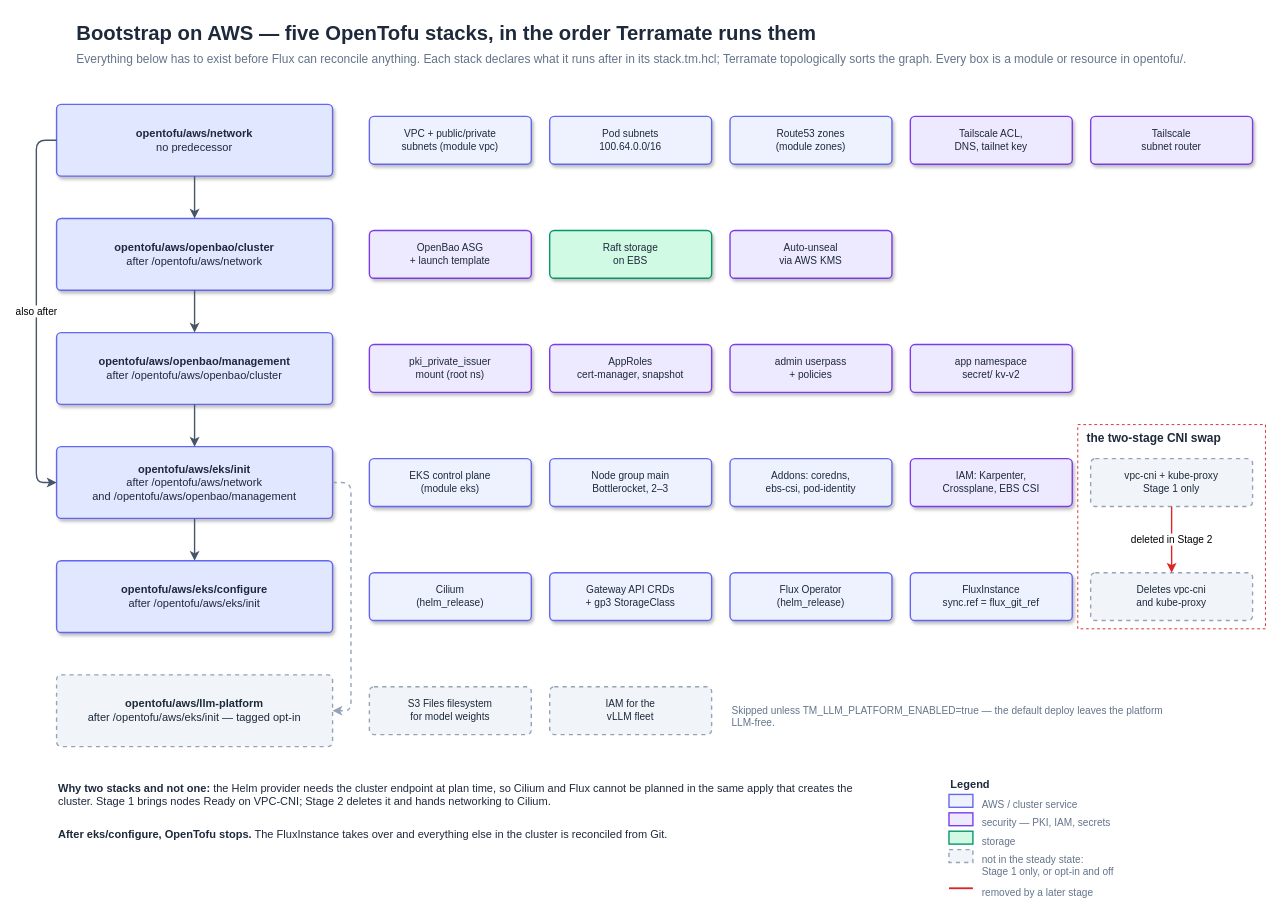
Earlier version of the draw.io diagram docs/architecture/bootstrap-stages.drawio (Smana/cloud-native-ref). Source tidied: cells renumbered, new cells numbered last; positions are measured from the earlier drawing's top-left corner, leaving out a move shared by most shapes. Both pictures are drawn from the tidied source at 92%, with x=0, y=0 at pixel (36, 16).
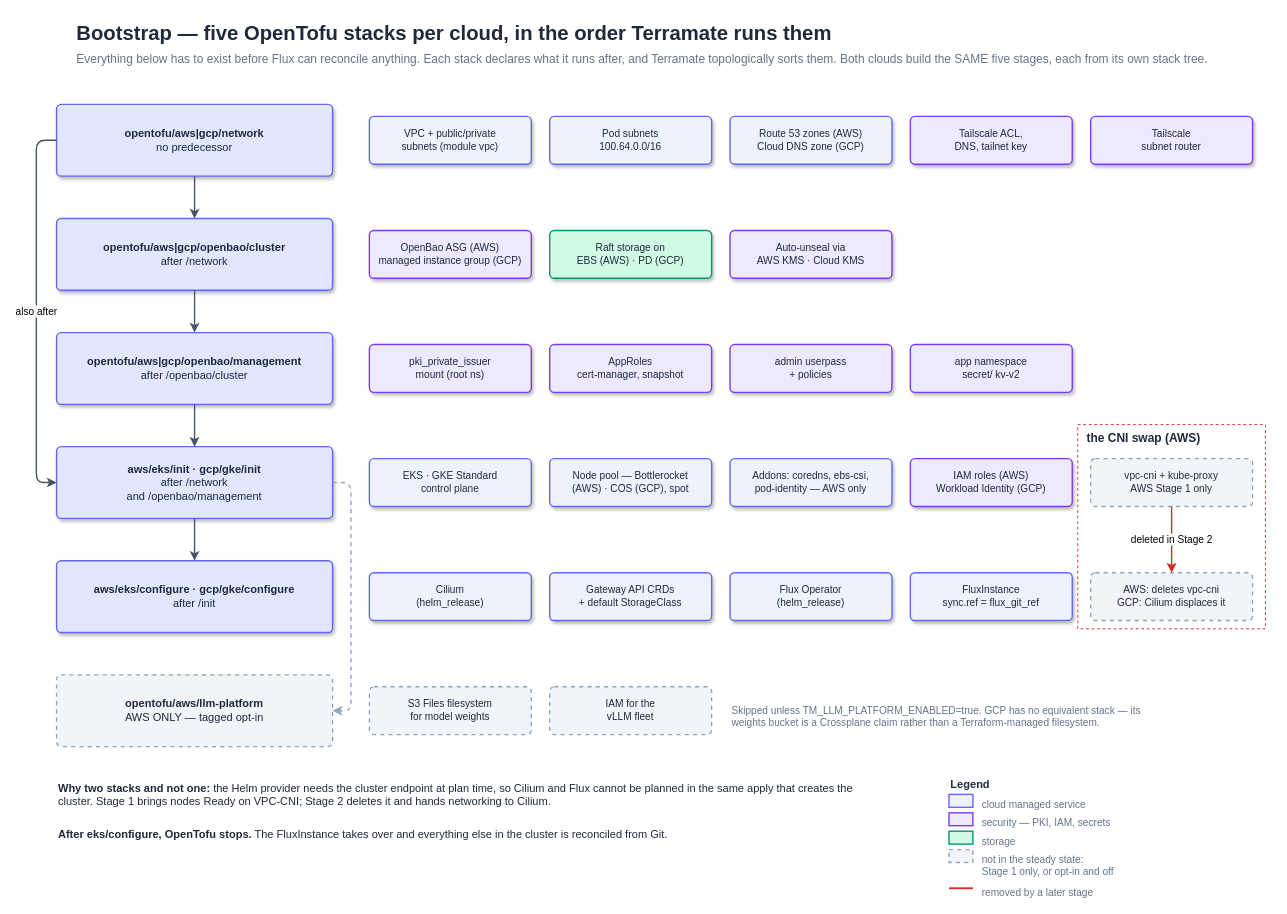
After the change.

The edit, as a diff of the source:
```diff
@@
-    <mxCell id="2" value="Bootstrap on AWS — five OpenTofu stacks, in the order Terramate runs them" style="text;html=1;fontFamily=Helvetica;fontSize=22;fontStyle=1;fontColor=#1E293B;align=left;" parent="1" vertex="1">
+    <mxCell id="2" value="Bootstrap — five OpenTofu stacks per cloud, in the order Terramate runs them" style="text;html=1;fontFamily=Helvetica;fontSize=22;fontStyle=1;fontColor=#1E293B;align=left;" parent="1" vertex="1">
       <mxGeometry x="42" width="1100" height="30" as="geometry" />
     </mxCell>
-    <mxCell id="3" value="Everything below has to exist before Flux can reconcile anything. Each stack declares what it runs after in its stack.tm.hcl; Terramate topologically sorts the graph. Every box is a module or resource in opentofu/." style="text;html=1;fontFamily=Helvetica;fontSize=13;fontColor=#64748B;align=left;" parent="1" vertex="1">
+    <mxCell id="3" value="Everything below has to exist before Flux can reconcile anything. Each stack declares what it runs after, and Terramate topologically sorts them. Both clouds build the SAME five stages, each from its own stack tree." style="text;html=1;fontFamily=Helvetica;fontSize=13;fontColor=#64748B;align=left;" parent="1" vertex="1">
       <mxGeometry x="42" y="32" width="1300" height="20" as="geometry" />
     </mxCell>
-    <mxCell id="4" value="&lt;b&gt;opentofu/aws/network&lt;/b&gt;&#10;no predecessor" style="rounded=1;absoluteArcSize=1;arcSize=10;shadow=1;whiteSpace=wrap;html=1;fillColor=#E0E7FF;strokeColor=#6366F1;strokeWidth=1.5;fontColor=#1E293B;fontFamily=Helvetica;fontSize=12;" parent="1" vertex="1">
+    <mxCell id="4" value="&lt;b&gt;opentofu/aws|gcp/network&lt;/b&gt;&#10;no predecessor" style="rounded=1;absoluteArcSize=1;arcSize=10;shadow=1;whiteSpace=wrap;html=1;fillColor=#E0E7FF;strokeColor=#6366F1;strokeWidth=1.5;fontColor=#1E293B;fontFamily=Helvetica;fontSize=12;" parent="1" vertex="1">
       <mxGeometry x="22" y="96" width="300" height="78" as="geometry" />
     </mxCell>
@@
-    <mxCell id="7" value="Route53 zones&#10;(module zones)" style="rounded=1;absoluteArcSize=1;arcSize=10;shadow=1;whiteSpace=wrap;html=1;fillColor=#EEF2FF;strokeColor=#6366F1;strokeWidth=1.5;fontColor=#1E293B;fontFamily=Helvetica;fontSize=11;" parent="1" vertex="1">
+    <mxCell id="7" value="Route 53 zones (AWS)&#10;Cloud DNS zone (GCP)" style="rounded=1;absoluteArcSize=1;arcSize=10;shadow=1;whiteSpace=wrap;html=1;fillColor=#EEF2FF;strokeColor=#6366F1;strokeWidth=1.5;fontColor=#1E293B;fontFamily=Helvetica;fontSize=11;" parent="1" vertex="1">
       <mxGeometry x="754" y="109" width="176" height="52" as="geometry" />
     </mxCell>
@@
-    <mxCell id="10" value="&lt;b&gt;opentofu/aws/openbao/cluster&lt;/b&gt;&#10;after /opentofu/aws/network" style="rounded=1;absoluteArcSize=1;arcSize=10;shadow=1;whiteSpace=wrap;html=1;fillColor=#E0E7FF;strokeColor=#6366F1;strokeWidth=1.5;fontColor=#1E293B;fontFamily=Helvetica;fontSize=12;" parent="1" vertex="1">
+    <mxCell id="10" value="&lt;b&gt;opentofu/aws|gcp/openbao/cluster&lt;/b&gt;&#10;after /network" style="rounded=1;absoluteArcSize=1;arcSize=10;shadow=1;whiteSpace=wrap;html=1;fillColor=#E0E7FF;strokeColor=#6366F1;strokeWidth=1.5;fontColor=#1E293B;fontFamily=Helvetica;fontSize=12;" parent="1" vertex="1">
       <mxGeometry x="22" y="220" width="300" height="78" as="geometry" />
     </mxCell>
-    <mxCell id="11" value="OpenBao ASG&#10;+ launch template" style="rounded=1;absoluteArcSize=1;arcSize=10;shadow=1;whiteSpace=wrap;html=1;fillColor=#EDE9FE;strokeColor=#7C3AED;strokeWidth=1.5;fontColor=#1E293B;fontFamily=Helvetica;fontSize=11;" parent="1" vertex="1">
+    <mxCell id="11" value="OpenBao ASG (AWS)&#10;managed instance group (GCP)" style="rounded=1;absoluteArcSize=1;arcSize=10;shadow=1;whiteSpace=wrap;html=1;fillColor=#EDE9FE;strokeColor=#7C3AED;strokeWidth=1.5;fontColor=#1E293B;fontFamily=Helvetica;fontSize=11;" parent="1" vertex="1">
       <mxGeometry x="362" y="233" width="176" height="52" as="geometry" />
     </mxCell>
-    <mxCell id="12" value="Raft storage&#10;on EBS" style="rounded=1;absoluteArcSize=1;arcSize=10;shadow=1;whiteSpace=wrap;html=1;fillColor=#D1FAE5;strokeColor=#059669;strokeWidth=1.5;fontColor=#1E293B;fontFamily=Helvetica;fontSize=11;" parent="1" vertex="1">
+    <mxCell id="12" value="Raft storage on&#10;EBS (AWS) · PD (GCP)" style="rounded=1;absoluteArcSize=1;arcSize=10;shadow=1;whiteSpace=wrap;html=1;fillColor=#D1FAE5;strokeColor=#059669;strokeWidth=1.5;fontColor=#1E293B;fontFamily=Helvetica;fontSize=11;" parent="1" vertex="1">
       <mxGeometry x="558" y="233" width="176" height="52" as="geometry" />
     </mxCell>
-    <mxCell id="13" value="Auto-unseal&#10;via AWS KMS" style="rounded=1;absoluteArcSize=1;arcSize=10;shadow=1;whiteSpace=wrap;html=1;fillColor=#EDE9FE;strokeColor=#7C3AED;strokeWidth=1.5;fontColor=#1E293B;fontFamily=Helvetica;fontSize=11;" parent="1" vertex="1">
+    <mxCell id="13" value="Auto-unseal via&#10;AWS KMS · Cloud KMS" style="rounded=1;absoluteArcSize=1;arcSize=10;shadow=1;whiteSpace=wrap;html=1;fillColor=#EDE9FE;strokeColor=#7C3AED;strokeWidth=1.5;fontColor=#1E293B;fontFamily=Helvetica;fontSize=11;" parent="1" vertex="1">
       <mxGeometry x="754" y="233" width="176" height="52" as="geometry" />
     </mxCell>
-    <mxCell id="14" value="&lt;b&gt;opentofu/aws/openbao/management&lt;/b&gt;&#10;after /opentofu/aws/openbao/cluster" style="rounded=1;absoluteArcSize=1;arcSize=10;shadow=1;whiteSpace=wrap;html=1;fillColor=#E0E7FF;strokeColor=#6366F1;strokeWidth=1.5;fontColor=#1E293B;fontFamily=Helvetica;fontSize=12;" parent="1" vertex="1">
+    <mxCell id="14" value="&lt;b&gt;opentofu/aws|gcp/openbao/management&lt;/b&gt;&#10;after /openbao/cluster" style="rounded=1;absoluteArcSize=1;arcSize=10;shadow=1;whiteSpace=wrap;html=1;fillColor=#E0E7FF;strokeColor=#6366F1;strokeWidth=1.5;fontColor=#1E293B;fontFamily=Helvetica;fontSize=12;" parent="1" vertex="1">
       <mxGeometry x="22" y="344" width="300" height="78" as="geometry" />
     </mxCell>
@@
-    <mxCell id="19" value="&lt;b&gt;opentofu/aws/eks/init&lt;/b&gt;&#10;after /opentofu/aws/network&#10;and /opentofu/aws/openbao/management" style="rounded=1;absoluteArcSize=1;arcSize=10;shadow=1;whiteSpace=wrap;html=1;fillColor=#E0E7FF;strokeColor=#6366F1;strokeWidth=1.5;fontColor=#1E293B;fontFamily=Helvetica;fontSize=12;" parent="1" vertex="1">
+    <mxCell id="19" value="&lt;b&gt;aws/eks/init · gcp/gke/init&lt;/b&gt;&#10;after /network&#10;and /openbao/management" style="rounded=1;absoluteArcSize=1;arcSize=10;shadow=1;whiteSpace=wrap;html=1;fillColor=#E0E7FF;strokeColor=#6366F1;strokeWidth=1.5;fontColor=#1E293B;fontFamily=Helvetica;fontSize=12;" parent="1" vertex="1">
       <mxGeometry x="22" y="468" width="300" height="78" as="geometry" />
     </mxCell>
-    <mxCell id="20" value="EKS control plane&#10;(module eks)" style="rounded=1;absoluteArcSize=1;arcSize=10;shadow=1;whiteSpace=wrap;html=1;fillColor=#EEF2FF;strokeColor=#6366F1;strokeWidth=1.5;fontColor=#1E293B;fontFamily=Helvetica;fontSize=11;" parent="1" vertex="1">
+    <mxCell id="20" value="EKS · GKE Standard&#10;control plane" style="rounded=1;absoluteArcSize=1;arcSize=10;shadow=1;whiteSpace=wrap;html=1;fillColor=#EEF2FF;strokeColor=#6366F1;strokeWidth=1.5;fontColor=#1E293B;fontFamily=Helvetica;fontSize=11;" parent="1" vertex="1">
       <mxGeometry x="362" y="481" width="176" height="52" as="geometry" />
     </mxCell>
-    <mxCell id="21" value="Node group main&#10;Bottlerocket, 2–3" style="rounded=1;absoluteArcSize=1;arcSize=10;shadow=1;whiteSpace=wrap;html=1;fillColor=#EEF2FF;strokeColor=#6366F1;strokeWidth=1.5;fontColor=#1E293B;fontFamily=Helvetica;fontSize=11;" parent="1" vertex="1">
+    <mxCell id="21" value="Node pool — Bottlerocket&#10;(AWS) · COS (GCP), spot" style="rounded=1;absoluteArcSize=1;arcSize=10;shadow=1;whiteSpace=wrap;html=1;fillColor=#EEF2FF;strokeColor=#6366F1;strokeWidth=1.5;fontColor=#1E293B;fontFamily=Helvetica;fontSize=11;" parent="1" vertex="1">
       <mxGeometry x="558" y="481" width="176" height="52" as="geometry" />
     </mxCell>
-    <mxCell id="22" value="Addons: coredns,&#10;ebs-csi, pod-identity" style="rounded=1;absoluteArcSize=1;arcSize=10;shadow=1;whiteSpace=wrap;html=1;fillColor=#EEF2FF;strokeColor=#6366F1;strokeWidth=1.5;fontColor=#1E293B;fontFamily=Helvetica;fontSize=11;" parent="1" vertex="1">
+    <mxCell id="22" value="Addons: coredns, ebs-csi,&#10;pod-identity — AWS only" style="rounded=1;absoluteArcSize=1;arcSize=10;shadow=1;whiteSpace=wrap;html=1;fillColor=#EEF2FF;strokeColor=#6366F1;strokeWidth=1.5;fontColor=#1E293B;fontFamily=Helvetica;fontSize=11;" parent="1" vertex="1">
       <mxGeometry x="754" y="481" width="176" height="52" as="geometry" />
     </mxCell>
-    <mxCell id="23" value="IAM: Karpenter,&#10;Crossplane, EBS CSI" style="rounded=1;absoluteArcSize=1;arcSize=10;shadow=1;whiteSpace=wrap;html=1;fillColor=#EDE9FE;strokeColor=#7C3AED;strokeWidth=1.5;fontColor=#1E293B;fontFamily=Helvetica;fontSize=11;" parent="1" vertex="1">
+    <mxCell id="23" value="IAM roles (AWS)&#10;Workload Identity (GCP)" style="rounded=1;absoluteArcSize=1;arcSize=10;shadow=1;whiteSpace=wrap;html=1;fillColor=#EDE9FE;strokeColor=#7C3AED;strokeWidth=1.5;fontColor=#1E293B;fontFamily=Helvetica;fontSize=11;" parent="1" vertex="1">
       <mxGeometry x="950" y="481" width="176" height="52" as="geometry" />
     </mxCell>
-    <mxCell id="24" value="vpc-cni + kube-proxy&#10;Stage 1 only" style="rounded=1;absoluteArcSize=1;arcSize=10;dashed=1;whiteSpace=wrap;html=1;fillColor=#F1F5F9;strokeColor=#94A3B8;strokeWidth=1.5;fontColor=#1E293B;fontFamily=Helvetica;fontSize=11;" parent="1" vertex="1">
+    <mxCell id="24" value="vpc-cni + kube-proxy&#10;AWS Stage 1 only" style="rounded=1;absoluteArcSize=1;arcSize=10;dashed=1;whiteSpace=wrap;html=1;fillColor=#F1F5F9;strokeColor=#94A3B8;strokeWidth=1.5;fontColor=#1E293B;fontFamily=Helvetica;fontSize=11;" parent="1" vertex="1">
       <mxGeometry x="1146" y="481" width="176" height="52" as="geometry" />
     </mxCell>
-    <mxCell id="25" value="&lt;b&gt;opentofu/aws/eks/configure&lt;/b&gt;&#10;after /opentofu/aws/eks/init" style="rounded=1;absoluteArcSize=1;arcSize=10;shadow=1;whiteSpace=wrap;html=1;fillColor=#E0E7FF;strokeColor=#6366F1;strokeWidth=1.5;fontColor=#1E293B;fontFamily=Helvetica;fontSize=12;" parent="1" vertex="1">
+    <mxCell id="25" value="&lt;b&gt;aws/eks/configure · gcp/gke/configure&lt;/b&gt;&#10;after /init" style="rounded=1;absoluteArcSize=1;arcSize=10;shadow=1;whiteSpace=wrap;html=1;fillColor=#E0E7FF;strokeColor=#6366F1;strokeWidth=1.5;fontColor=#1E293B;fontFamily=Helvetica;fontSize=12;" parent="1" vertex="1">
       <mxGeometry x="22" y="592" width="300" height="78" as="geometry" />
     </mxCell>
@@
-    <mxCell id="27" value="Gateway API CRDs&#10;+ gp3 StorageClass" style="rounded=1;absoluteArcSize=1;arcSize=10;shadow=1;whiteSpace=wrap;html=1;fillColor=#EEF2FF;strokeColor=#6366F1;strokeWidth=1.5;fontColor=#1E293B;fontFamily=Helvetica;fontSize=11;" parent="1" vertex="1">
+    <mxCell id="27" value="Gateway API CRDs&#10;+ default StorageClass" style="rounded=1;absoluteArcSize=1;arcSize=10;shadow=1;whiteSpace=wrap;html=1;fillColor=#EEF2FF;strokeColor=#6366F1;strokeWidth=1.5;fontColor=#1E293B;fontFamily=Helvetica;fontSize=11;" parent="1" vertex="1">
       <mxGeometry x="558" y="605" width="176" height="52" as="geometry" />
     </mxCell>
@@
-    <mxCell id="30" value="Deletes vpc-cni&#10;and kube-proxy" style="rounded=1;absoluteArcSize=1;arcSize=10;dashed=1;whiteSpace=wrap;html=1;fillColor=#F1F5F9;strokeColor=#94A3B8;strokeWidth=1.5;fontColor=#1E293B;fontFamily=Helvetica;fontSize=11;" parent="1" vertex="1">
+    <mxCell id="30" value="AWS: deletes vpc-cni&#10;GCP: Cilium displaces it" style="rounded=1;absoluteArcSize=1;arcSize=10;dashed=1;whiteSpace=wrap;html=1;fillColor=#F1F5F9;strokeColor=#94A3B8;strokeWidth=1.5;fontColor=#1E293B;fontFamily=Helvetica;fontSize=11;" parent="1" vertex="1">
       <mxGeometry x="1146" y="605" width="176" height="52" as="geometry" />
     </mxCell>
-    <mxCell id="31" value="&lt;b&gt;opentofu/aws/llm-platform&lt;/b&gt;&#10;after /opentofu/aws/eks/init — tagged opt-in" style="rounded=1;absoluteArcSize=1;arcSize=10;dashed=1;whiteSpace=wrap;html=1;fillColor=#F1F5F9;strokeColor=#94A3B8;strokeWidth=1.5;fontColor=#1E293B;fontFamily=Helvetica;fontSize=12;" parent="1" vertex="1">
+    <mxCell id="31" value="&lt;b&gt;opentofu/aws/llm-platform&lt;/b&gt;&#10;AWS ONLY — tagged opt-in" style="rounded=1;absoluteArcSize=1;arcSize=10;dashed=1;whiteSpace=wrap;html=1;fillColor=#F1F5F9;strokeColor=#94A3B8;strokeWidth=1.5;fontColor=#1E293B;fontFamily=Helvetica;fontSize=12;" parent="1" vertex="1">
       <mxGeometry x="22" y="716" width="300" height="78" as="geometry" />
     </mxCell>
@@
-    <mxCell id="34" value="Skipped unless TM_LLM_PLATFORM_ENABLED=true — the default deploy leaves the platform LLM-free." style="text;html=1;fontFamily=Helvetica;fontSize=11;fontColor=#64748B;align=left;verticalAlign=top;whiteSpace=wrap;" parent="1" vertex="1">
+    <mxCell id="34" value="Skipped unless TM_LLM_PLATFORM_ENABLED=true. GCP has no equivalent stack — its weights bucket is a Crossplane claim rather than a Terraform-managed filesystem." style="text;html=1;fontFamily=Helvetica;fontSize=11;fontColor=#64748B;align=left;verticalAlign=top;whiteSpace=wrap;" parent="1" vertex="1">
       <mxGeometry x="754" y="742" width="480" height="34" as="geometry" />
     </mxCell>
@@
-    <mxCell id="41" value="the two-stage CNI swap" style="rounded=0;whiteSpace=wrap;html=1;fillColor=none;strokeColor=#DC2626;dashed=1;verticalAlign=top;fontStyle=1;fontFamily=Helvetica;fontSize=13;fontColor=#1E293B;align=left;spacingLeft=8;" parent="1" vertex="1">
+    <mxCell id="41" value="the CNI swap (AWS)" style="rounded=0;whiteSpace=wrap;html=1;fillColor=none;strokeColor=#DC2626;dashed=1;verticalAlign=top;fontStyle=1;fontFamily=Helvetica;fontSize=13;fontColor=#1E293B;align=left;spacingLeft=8;" parent="1" vertex="1">
       <mxGeometry x="1132" y="444" width="204" height="222" as="geometry" />
     </mxCell>
@@
-    <mxCell id="47" value="AWS / cluster service" style="text;html=1;fontFamily=Helvetica;fontSize=11;fontColor=#64748B;align=left;verticalAlign=top;whiteSpace=wrap;" parent="1" vertex="1">
+    <mxCell id="47" value="cloud managed service" style="text;html=1;fontFamily=Helvetica;fontSize=11;fontColor=#64748B;align=left;verticalAlign=top;whiteSpace=wrap;" parent="1" vertex="1">
       <mxGeometry x="1026" y="844" width="156" height="16" as="geometry" />
     </mxCell>
```
